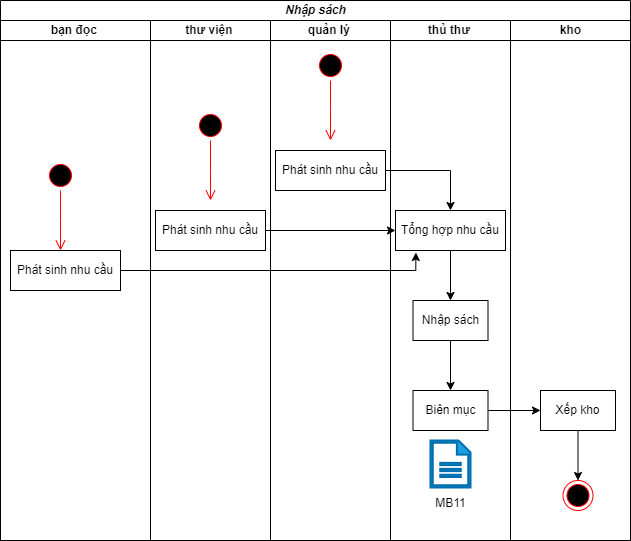
Earlier version of the draw.io export bài tap lớn/Biểu đồ hoạt động-Nhập sách.drawio.png (vqh17062001/PTTKHT). Source tidied: cells renumbered, new cells last; positions are measured from the earlier drawing's top-left corner, leaving out a move shared by most shapes. The source it was exported from:
```xml
<mxGraphModel>
  <root>
    <mxCell id="0" />
    <mxCell id="1" parent="0" />
    <mxCell id="2" value="&lt;b&gt;&lt;i&gt;Nhập sách&lt;/i&gt;&lt;/b&gt;" style="swimlane;startSize=20;html=1;" parent="1" vertex="1">
      <mxGeometry width="630" height="540" as="geometry" />
    </mxCell>
    <mxCell id="3" value="&lt;b&gt;bạn đọc&amp;nbsp;&lt;/b&gt;" style="swimlane;startSize=20;html=1;" parent="2" vertex="1">
      <mxGeometry y="20" width="150" height="520" as="geometry" />
    </mxCell>
    <mxCell id="4" style="ellipse;html=1;shape=startState;fillColor=#000000;strokeColor=#ff0000;" parent="3" vertex="1">
      <mxGeometry x="45" y="140" width="30" height="30" as="geometry" />
    </mxCell>
    <mxCell id="5" style="edgeStyle=orthogonalEdgeStyle;html=1;verticalAlign=bottom;endArrow=open;endSize=8;strokeColor=#ff0000;rounded=0;" parent="3" edge="1" source="4">
      <mxGeometry relative="1" as="geometry">
        <mxPoint x="60" y="230" as="targetPoint" />
      </mxGeometry>
    </mxCell>
    <mxCell id="6" value="Phát sinh nhu cầu" style="rounded=0;whiteSpace=wrap;html=1;" parent="3" vertex="1">
      <mxGeometry x="10" y="230" width="110" height="40" as="geometry" />
    </mxCell>
    <mxCell id="7" value="&lt;b&gt;thư viện&amp;nbsp;&lt;/b&gt;" style="swimlane;startSize=20;html=1;" parent="2" vertex="1">
      <mxGeometry x="150" y="20" width="120" height="520" as="geometry" />
    </mxCell>
    <mxCell id="8" style="ellipse;html=1;shape=startState;fillColor=#000000;strokeColor=#ff0000;" parent="7" vertex="1">
      <mxGeometry x="45" y="90" width="30" height="30" as="geometry" />
    </mxCell>
    <mxCell id="9" style="edgeStyle=orthogonalEdgeStyle;html=1;verticalAlign=bottom;endArrow=open;endSize=8;strokeColor=#ff0000;rounded=0;" parent="7" edge="1" source="8">
      <mxGeometry relative="1" as="geometry">
        <mxPoint x="60" y="180" as="targetPoint" />
      </mxGeometry>
    </mxCell>
    <mxCell id="10" value="Phát sinh nhu cầu" style="rounded=0;whiteSpace=wrap;html=1;" parent="7" vertex="1">
      <mxGeometry x="5" y="190" width="110" height="40" as="geometry" />
    </mxCell>
    <mxCell id="11" value="&lt;b&gt;quản lý&amp;nbsp;&lt;/b&gt;" style="swimlane;startSize=20;html=1;" parent="2" vertex="1">
      <mxGeometry x="270" y="20" width="120" height="520" as="geometry" />
    </mxCell>
    <mxCell id="12" style="ellipse;html=1;shape=startState;fillColor=#000000;strokeColor=#ff0000;" parent="11" vertex="1">
      <mxGeometry x="45" y="30" width="30" height="30" as="geometry" />
    </mxCell>
    <mxCell id="13" style="edgeStyle=orthogonalEdgeStyle;html=1;verticalAlign=bottom;endArrow=open;endSize=8;strokeColor=#ff0000;rounded=0;" parent="11" edge="1" source="12">
      <mxGeometry relative="1" as="geometry">
        <mxPoint x="60" y="120" as="targetPoint" />
      </mxGeometry>
    </mxCell>
    <mxCell id="14" value="Phát sinh nhu cầu" style="rounded=0;whiteSpace=wrap;html=1;" parent="11" vertex="1">
      <mxGeometry x="5" y="130" width="110" height="40" as="geometry" />
    </mxCell>
    <mxCell id="15" value="&lt;b&gt;thủ thư&amp;nbsp;&lt;/b&gt;" style="swimlane;startSize=20;html=1;" parent="2" vertex="1">
      <mxGeometry x="390" y="20" width="120" height="520" as="geometry" />
    </mxCell>
    <mxCell id="16" style="edgeStyle=orthogonalEdgeStyle;rounded=0;jettySize=auto;html=1;entryX=0.5;entryY=0;entryDx=0;entryDy=0;" parent="15" edge="1" source="17" target="19">
      <mxGeometry relative="1" as="geometry" />
    </mxCell>
    <mxCell id="17" value="Tổng hợp nhu cầu" style="rounded=0;whiteSpace=wrap;html=1;" parent="15" vertex="1">
      <mxGeometry x="5" y="190" width="110" height="40" as="geometry" />
    </mxCell>
    <mxCell id="18" style="edgeStyle=orthogonalEdgeStyle;rounded=0;jettySize=auto;html=1;entryX=0.5;entryY=0;entryDx=0;entryDy=0;" parent="15" edge="1" source="19" target="20">
      <mxGeometry relative="1" as="geometry" />
    </mxCell>
    <mxCell id="19" value="Nhập sách" style="rounded=0;whiteSpace=wrap;html=1;" parent="15" vertex="1">
      <mxGeometry x="22.5" y="280" width="75" height="40" as="geometry" />
    </mxCell>
    <mxCell id="20" value="Biên mục" style="rounded=0;whiteSpace=wrap;html=1;" parent="15" vertex="1">
      <mxGeometry x="22.5" y="370" width="75" height="40" as="geometry" />
    </mxCell>
    <mxCell id="21" style="sketch=0;shadow=0;html=1;strokeColor=#006EAF;fillColor=#1ba1e2;labelPosition=center;verticalLabelPosition=bottom;verticalAlign=top;align=center;shape=mxgraph.office.concepts.document;fontColor=#ffffff;strokeWidth=2;" parent="15" vertex="1">
      <mxGeometry x="40" y="420" width="40" height="47" as="geometry" />
    </mxCell>
    <mxCell id="22" value="&lt;b&gt;kho&lt;/b&gt;" style="swimlane;startSize=20;html=1;" parent="2" vertex="1">
      <mxGeometry x="510" y="20" width="120" height="520" as="geometry" />
    </mxCell>
    <mxCell id="23" style="edgeStyle=orthogonalEdgeStyle;rounded=0;jettySize=auto;html=1;entryX=0.5;entryY=0;entryDx=0;entryDy=0;" parent="22" edge="1" source="24" target="25">
      <mxGeometry relative="1" as="geometry" />
    </mxCell>
    <mxCell id="24" value="Xếp kho" style="rounded=0;whiteSpace=wrap;html=1;" parent="22" vertex="1">
      <mxGeometry x="30" y="370" width="75" height="40" as="geometry" />
    </mxCell>
    <mxCell id="25" style="ellipse;html=1;shape=endState;fillColor=#000000;strokeColor=#ff0000;" parent="22" vertex="1">
      <mxGeometry x="52.5" y="460" width="30" height="30" as="geometry" />
    </mxCell>
    <mxCell id="26" style="edgeStyle=orthogonalEdgeStyle;rounded=0;jettySize=auto;html=1;entryX=0.5;entryY=0;entryDx=0;entryDy=0;" parent="2" edge="1" source="14" target="17">
      <mxGeometry relative="1" as="geometry" />
    </mxCell>
    <mxCell id="27" style="edgeStyle=orthogonalEdgeStyle;rounded=0;jettySize=auto;html=1;entryX=0;entryY=0.5;entryDx=0;entryDy=0;" parent="2" edge="1" source="10" target="17">
      <mxGeometry relative="1" as="geometry" />
    </mxCell>
    <mxCell id="28" style="edgeStyle=orthogonalEdgeStyle;rounded=0;jettySize=auto;html=1;entryX=0.185;entryY=1.05;entryDx=0;entryDy=0;entryPerimeter=0;" parent="2" edge="1" source="6" target="17">
      <mxGeometry relative="1" as="geometry">
        <Array as="points">
          <mxPoint x="415" y="270" />
        </Array>
      </mxGeometry>
    </mxCell>
    <mxCell id="29" style="edgeStyle=orthogonalEdgeStyle;rounded=0;jettySize=auto;html=1;entryX=0;entryY=0.5;entryDx=0;entryDy=0;" parent="2" edge="1" source="20" target="24">
      <mxGeometry relative="1" as="geometry" />
    </mxCell>
    <mxCell id="30" value="MB11" style="text;html=1;align=center;verticalAlign=middle;strokeColor=none;fillColor=none;" parent="1" vertex="1">
      <mxGeometry x="425" y="488" width="50" height="30" as="geometry" />
    </mxCell>
  </root>
</mxGraphModel>
```
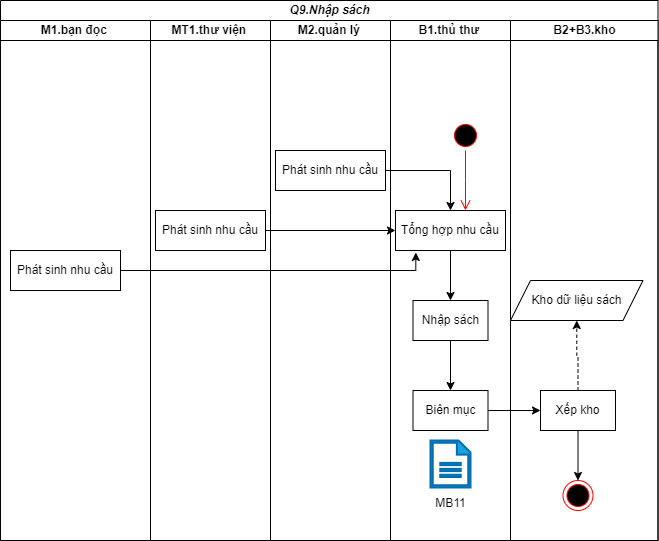
After the change.

The edit, as a diff of the source:
```diff
@@ -2,52 +2,28 @@
   <root>
     <mxCell id="0" />
     <mxCell id="1" parent="0" />
-    <mxCell id="2" value="&lt;b&gt;&lt;i&gt;Nhập sách&lt;/i&gt;&lt;/b&gt;" style="swimlane;startSize=20;html=1;" parent="1" vertex="1">
-      <mxGeometry width="630" height="540" as="geometry" />
+    <mxCell id="2" value="&lt;b&gt;&lt;i&gt;Q9.Nhập sách&lt;/i&gt;&lt;/b&gt;" style="swimlane;startSize=20;html=1;" parent="1" vertex="1">
+      <mxGeometry width="657.5" height="540" as="geometry" />
     </mxCell>
-    <mxCell id="3" value="&lt;b&gt;bạn đọc&amp;nbsp;&lt;/b&gt;" style="swimlane;startSize=20;html=1;" parent="2" vertex="1">
+    <mxCell id="3" value="&lt;b&gt;M1.bạn đọc&amp;nbsp;&lt;/b&gt;" style="swimlane;startSize=20;html=1;" parent="2" vertex="1">
       <mxGeometry y="20" width="150" height="520" as="geometry" />
     </mxCell>
-    <mxCell id="4" style="ellipse;html=1;shape=startState;fillColor=#000000;strokeColor=#ff0000;" parent="3" vertex="1">
-      <mxGeometry x="45" y="140" width="30" height="30" as="geometry" />
-    </mxCell>
-    <mxCell id="5" style="edgeStyle=orthogonalEdgeStyle;html=1;verticalAlign=bottom;endArrow=open;endSize=8;strokeColor=#ff0000;rounded=0;" parent="3" edge="1" source="4">
-      <mxGeometry relative="1" as="geometry">
-        <mxPoint x="60" y="230" as="targetPoint" />
-      </mxGeometry>
-    </mxCell>
     <mxCell id="6" value="Phát sinh nhu cầu" style="rounded=0;whiteSpace=wrap;html=1;" parent="3" vertex="1">
       <mxGeometry x="10" y="230" width="110" height="40" as="geometry" />
     </mxCell>
-    <mxCell id="7" value="&lt;b&gt;thư viện&amp;nbsp;&lt;/b&gt;" style="swimlane;startSize=20;html=1;" parent="2" vertex="1">
+    <mxCell id="7" value="&lt;b&gt;MT1.thư viện&amp;nbsp;&lt;/b&gt;" style="swimlane;startSize=20;html=1;" parent="2" vertex="1">
       <mxGeometry x="150" y="20" width="120" height="520" as="geometry" />
     </mxCell>
-    <mxCell id="8" style="ellipse;html=1;shape=startState;fillColor=#000000;strokeColor=#ff0000;" parent="7" vertex="1">
-      <mxGeometry x="45" y="90" width="30" height="30" as="geometry" />
-    </mxCell>
-    <mxCell id="9" style="edgeStyle=orthogonalEdgeStyle;html=1;verticalAlign=bottom;endArrow=open;endSize=8;strokeColor=#ff0000;rounded=0;" parent="7" edge="1" source="8">
-      <mxGeometry relative="1" as="geometry">
-        <mxPoint x="60" y="180" as="targetPoint" />
-      </mxGeometry>
-    </mxCell>
     <mxCell id="10" value="Phát sinh nhu cầu" style="rounded=0;whiteSpace=wrap;html=1;" parent="7" vertex="1">
       <mxGeometry x="5" y="190" width="110" height="40" as="geometry" />
     </mxCell>
-    <mxCell id="11" value="&lt;b&gt;quản lý&amp;nbsp;&lt;/b&gt;" style="swimlane;startSize=20;html=1;" parent="2" vertex="1">
+    <mxCell id="11" value="&lt;b&gt;M2.quản lý&amp;nbsp;&lt;/b&gt;" style="swimlane;startSize=20;html=1;" parent="2" vertex="1">
       <mxGeometry x="270" y="20" width="120" height="520" as="geometry" />
     </mxCell>
-    <mxCell id="12" style="ellipse;html=1;shape=startState;fillColor=#000000;strokeColor=#ff0000;" parent="11" vertex="1">
-      <mxGeometry x="45" y="30" width="30" height="30" as="geometry" />
-    </mxCell>
-    <mxCell id="13" style="edgeStyle=orthogonalEdgeStyle;html=1;verticalAlign=bottom;endArrow=open;endSize=8;strokeColor=#ff0000;rounded=0;" parent="11" edge="1" source="12">
-      <mxGeometry relative="1" as="geometry">
-        <mxPoint x="60" y="120" as="targetPoint" />
-      </mxGeometry>
-    </mxCell>
     <mxCell id="14" value="Phát sinh nhu cầu" style="rounded=0;whiteSpace=wrap;html=1;" parent="11" vertex="1">
       <mxGeometry x="5" y="130" width="110" height="40" as="geometry" />
     </mxCell>
-    <mxCell id="15" value="&lt;b&gt;thủ thư&amp;nbsp;&lt;/b&gt;" style="swimlane;startSize=20;html=1;" parent="2" vertex="1">
+    <mxCell id="15" value="&lt;b&gt;B1.thủ thư&amp;nbsp;&lt;/b&gt;" style="swimlane;startSize=20;html=1;" parent="2" vertex="1">
       <mxGeometry x="390" y="20" width="120" height="520" as="geometry" />
     </mxCell>
     <mxCell id="16" style="edgeStyle=orthogonalEdgeStyle;rounded=0;jettySize=auto;html=1;entryX=0.5;entryY=0;entryDx=0;entryDy=0;" parent="15" edge="1" source="17" target="19">
@@ -68,18 +44,32 @@
     <mxCell id="21" style="sketch=0;shadow=0;html=1;strokeColor=#006EAF;fillColor=#1ba1e2;labelPosition=center;verticalLabelPosition=bottom;verticalAlign=top;align=center;shape=mxgraph.office.concepts.document;fontColor=#ffffff;strokeWidth=2;" parent="15" vertex="1">
       <mxGeometry x="40" y="420" width="40" height="47" as="geometry" />
     </mxCell>
+    <mxCell id="31" style="ellipse;html=1;shape=startState;fillColor=#000000;strokeColor=#ff0000;" parent="15" vertex="1">
+      <mxGeometry x="60" y="100" width="30" height="30" as="geometry" />
+    </mxCell>
+    <mxCell id="32" style="edgeStyle=orthogonalEdgeStyle;html=1;verticalAlign=bottom;endArrow=open;endSize=8;strokeColor=#ff0000;rounded=0;" parent="15" edge="1" source="31">
+      <mxGeometry relative="1" as="geometry">
+        <mxPoint x="75" y="190" as="targetPoint" />
+      </mxGeometry>
+    </mxCell>
-    <mxCell id="22" value="&lt;b&gt;kho&lt;/b&gt;" style="swimlane;startSize=20;html=1;" parent="2" vertex="1">
-      <mxGeometry x="510" y="20" width="120" height="520" as="geometry" />
+    <mxCell id="22" value="&lt;b&gt;B2+B3.kho&lt;/b&gt;" style="swimlane;startSize=20;html=1;" parent="2" vertex="1">
+      <mxGeometry x="510" y="20" width="147.5" height="520" as="geometry" />
     </mxCell>
     <mxCell id="23" style="edgeStyle=orthogonalEdgeStyle;rounded=0;jettySize=auto;html=1;entryX=0.5;entryY=0;entryDx=0;entryDy=0;" parent="22" edge="1" source="24" target="25">
       <mxGeometry relative="1" as="geometry" />
     </mxCell>
+    <mxCell id="33" style="edgeStyle=orthogonalEdgeStyle;rounded=0;jettySize=auto;html=1;exitX=0.5;exitY=0;exitDx=0;exitDy=0;entryX=0.5;entryY=1;entryDx=0;entryDy=0;dashed=1;" parent="22" edge="1" source="24" target="34">
+      <mxGeometry relative="1" as="geometry" />
+    </mxCell>
     <mxCell id="24" value="Xếp kho" style="rounded=0;whiteSpace=wrap;html=1;" parent="22" vertex="1">
       <mxGeometry x="30" y="370" width="75" height="40" as="geometry" />
     </mxCell>
     <mxCell id="25" style="ellipse;html=1;shape=endState;fillColor=#000000;strokeColor=#ff0000;" parent="22" vertex="1">
       <mxGeometry x="52.5" y="460" width="30" height="30" as="geometry" />
     </mxCell>
+    <mxCell id="34" value="Kho dữ liệu sách" style="shape=parallelogram;perimeter=parallelogramPerimeter;whiteSpace=wrap;html=1;fixedSize=1;" parent="22" vertex="1">
+      <mxGeometry y="260" width="132.5" height="40" as="geometry" />
+    </mxCell>
     <mxCell id="26" style="edgeStyle=orthogonalEdgeStyle;rounded=0;jettySize=auto;html=1;entryX=0.5;entryY=0;entryDx=0;entryDy=0;" parent="2" edge="1" source="14" target="17">
       <mxGeometry relative="1" as="geometry" />
     </mxCell>
```
